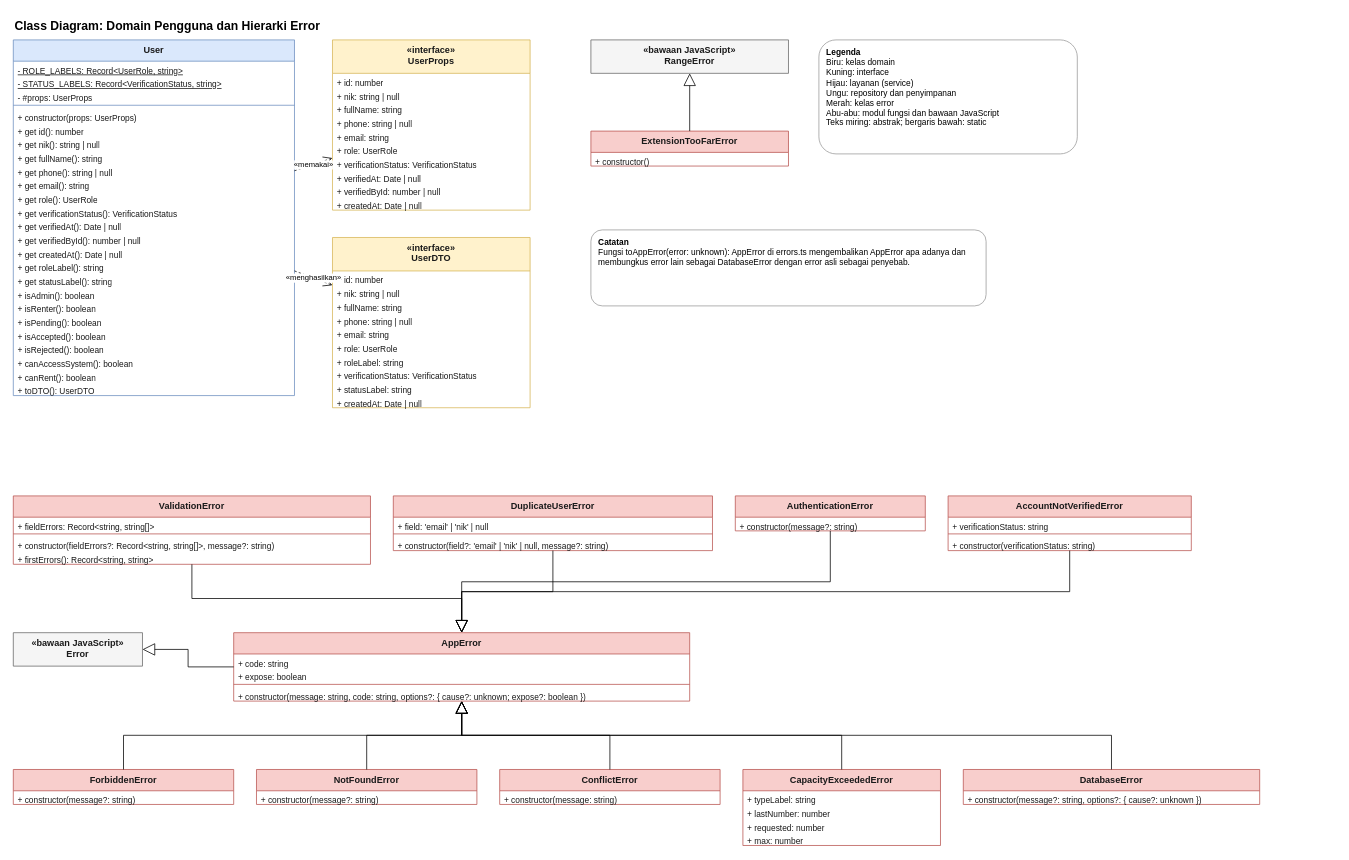
This is page "Domain - Pengguna dan Error" (2 of 5) of docs/diagram/class-diagram.drawio from inikenliii/LSP_KenleyJonathan, a draw.io file, before an edit. Source tidied: cells renumbered, new cells numbered last; positions are measured from the earlier drawing's top-left corner, leaving out a move shared by most shapes. Both pictures are drawn from the tidied source at 76%, with x=0, y=0 at pixel (13, 13).
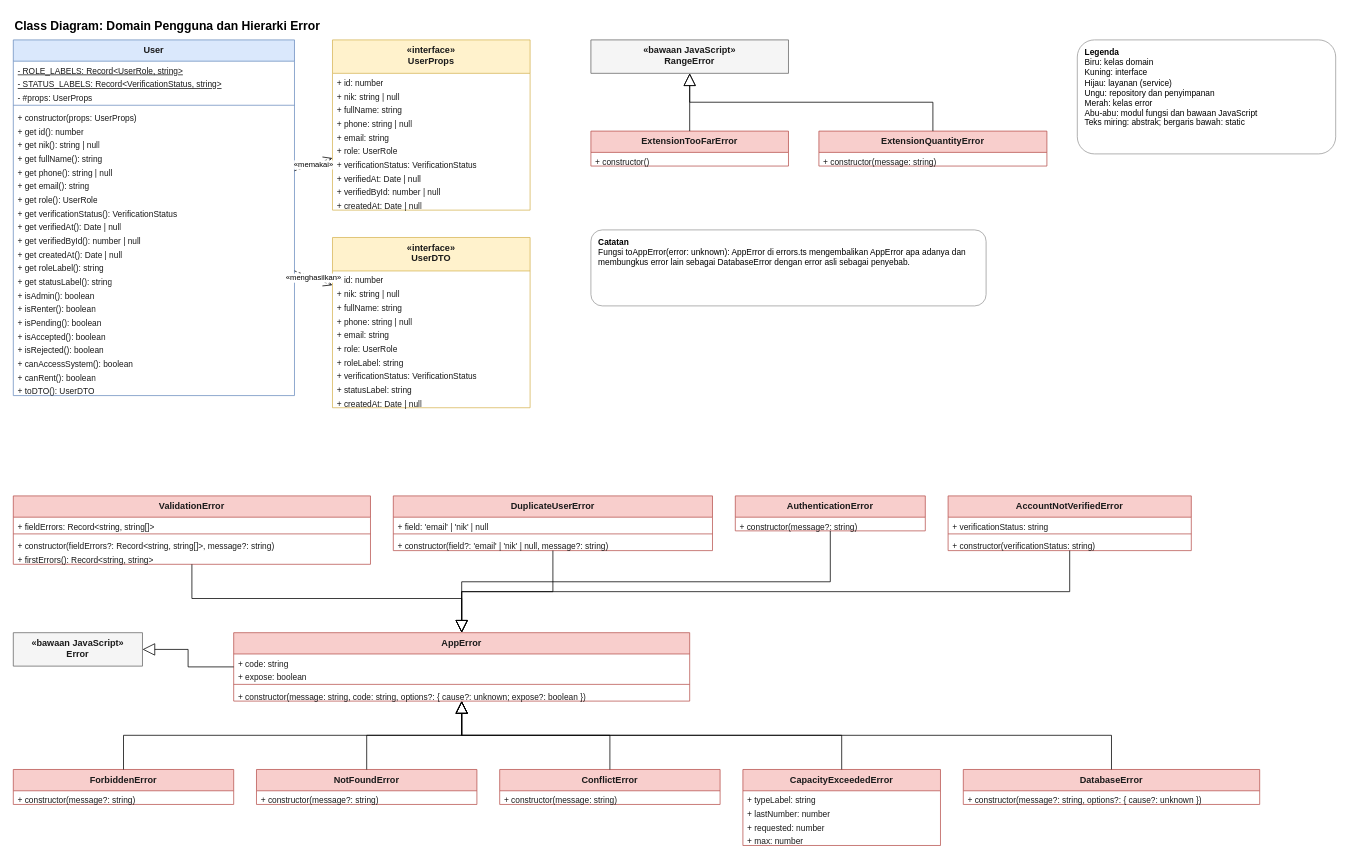
Above is the later version.

Unchanged cells that the change refers to:
```xml
<mxCell id="97" value="«bawaan JavaScript»&lt;br&gt;RangeError" style="swimlane;fontStyle=1;align=center;verticalAlign=top;horizontal=1;startSize=44;html=1;whiteSpace=wrap;fontSize=12;fillColor=#f5f5f5;strokeColor=#666666;fontColor=#1a1a1a;" parent="1" vertex="1">
  <mxGeometry x="760" y="35" width="260" height="44" as="geometry" />
</mxCell>
<mxCell id="98" value="ExtensionTooFarError" style="swimlane;fontStyle=1;align=center;verticalAlign=top;horizontal=1;startSize=28;html=1;whiteSpace=wrap;fontSize=12;fillColor=#f8cecc;strokeColor=#b85450;fontColor=#1a1a1a;" parent="1" vertex="1">
  <mxGeometry x="760" y="155" width="260" height="46" as="geometry" />
</mxCell>
```

The edit, as a diff of the source:
```diff
@@
-    <mxCell id="100" style="endArrow=block;endFill=0;endSize=14;html=1;rounded=0;edgeStyle=orthogonalEdgeStyle;exitX=0.5;exitY=0;exitDx=0;exitDy=0;entryX=0.5;entryY=1;entryDx=0;entryDy=0;" parent="1" edge="1" source="98" target="97">
-      <mxGeometry relative="1" as="geometry" />
+    <mxCell id="100" value="ExtensionQuantityError" style="swimlane;fontStyle=1;align=center;verticalAlign=top;horizontal=1;startSize=28;html=1;whiteSpace=wrap;fontSize=12;fillColor=#f8cecc;strokeColor=#b85450;fontColor=#1a1a1a;" parent="1" vertex="1">
+      <mxGeometry x="1060" y="155" width="300" height="46" as="geometry" />
     </mxCell>
-    <mxCell id="101" value="&lt;b&gt;Catatan&lt;/b&gt;&lt;br&gt;Fungsi toAppError(error: unknown): AppError di errors.ts mengembalikan AppError apa adanya dan membungkus error lain sebagai DatabaseError dengan error asli sebagai penyebab." style="rounded=1;whiteSpace=wrap;html=1;align=left;verticalAlign=top;spacingLeft=8;spacingTop=4;fillColor=#ffffff;strokeColor=#999999;fontSize=11;" parent="1" vertex="1">
-      <mxGeometry x="760" y="285" width="520" height="100" as="geometry" />
+    <mxCell id="101" value="+ constructor(message: string)" style="text;strokeColor=none;fillColor=none;align=left;verticalAlign=top;spacingLeft=4;spacingRight=4;overflow=hidden;whiteSpace=wrap;html=1;fontSize=11;fontColor=#1a1a1a;" parent="100" vertex="1">
+      <mxGeometry y="28" width="300" height="18" as="geometry" />
     </mxCell>
-    <mxCell id="102" value="&lt;b&gt;Legenda&lt;/b&gt;&lt;br&gt;Biru: kelas domain&lt;br&gt;Kuning: interface&lt;br&gt;Hijau: layanan (service)&lt;br&gt;Ungu: repository dan penyimpanan&lt;br&gt;Merah: kelas error&lt;br&gt;Abu-abu: modul fungsi dan bawaan JavaScript&lt;br&gt;Teks miring: abstrak; bergaris bawah: static" style="rounded=1;whiteSpace=wrap;html=1;align=left;verticalAlign=top;spacingLeft=8;spacingTop=4;fillColor=#ffffff;strokeColor=#999999;fontSize=11;" parent="1" vertex="1">
-      <mxGeometry x="1060" y="35" width="340" height="150" as="geometry" />
+    <mxCell id="102" style="endArrow=block;endFill=0;endSize=14;html=1;rounded=0;edgeStyle=orthogonalEdgeStyle;exitX=0.5;exitY=0;exitDx=0;exitDy=0;entryX=0.5;entryY=1;entryDx=0;entryDy=0;" parent="1" edge="1" source="98" target="97">
+      <mxGeometry relative="1" as="geometry" />
     </mxCell>
+    <mxCell id="103" style="endArrow=block;endFill=0;endSize=14;html=1;rounded=0;edgeStyle=orthogonalEdgeStyle;exitX=0.5;exitY=0;exitDx=0;exitDy=0;entryX=0.5;entryY=1;entryDx=0;entryDy=0;" parent="1" edge="1" source="100" target="97">
+      <mxGeometry relative="1" as="geometry" />
+    </mxCell>
+    <mxCell id="104" value="&lt;b&gt;Catatan&lt;/b&gt;&lt;br&gt;Fungsi toAppError(error: unknown): AppError di errors.ts mengembalikan AppError apa adanya dan membungkus error lain sebagai DatabaseError dengan error asli sebagai penyebab." style="rounded=1;whiteSpace=wrap;html=1;align=left;verticalAlign=top;spacingLeft=8;spacingTop=4;fillColor=#ffffff;strokeColor=#999999;fontSize=11;" parent="1" vertex="1">
+      <mxGeometry x="760" y="285" width="520" height="100" as="geometry" />
+    </mxCell>
+    <mxCell id="105" value="&lt;b&gt;Legenda&lt;/b&gt;&lt;br&gt;Biru: kelas domain&lt;br&gt;Kuning: interface&lt;br&gt;Hijau: layanan (service)&lt;br&gt;Ungu: repository dan penyimpanan&lt;br&gt;Merah: kelas error&lt;br&gt;Abu-abu: modul fungsi dan bawaan JavaScript&lt;br&gt;Teks miring: abstrak; bergaris bawah: static" style="rounded=1;whiteSpace=wrap;html=1;align=left;verticalAlign=top;spacingLeft=8;spacingTop=4;fillColor=#ffffff;strokeColor=#999999;fontSize=11;" parent="1" vertex="1">
+      <mxGeometry x="1400" y="35" width="340" height="150" as="geometry" />
+    </mxCell>
```
